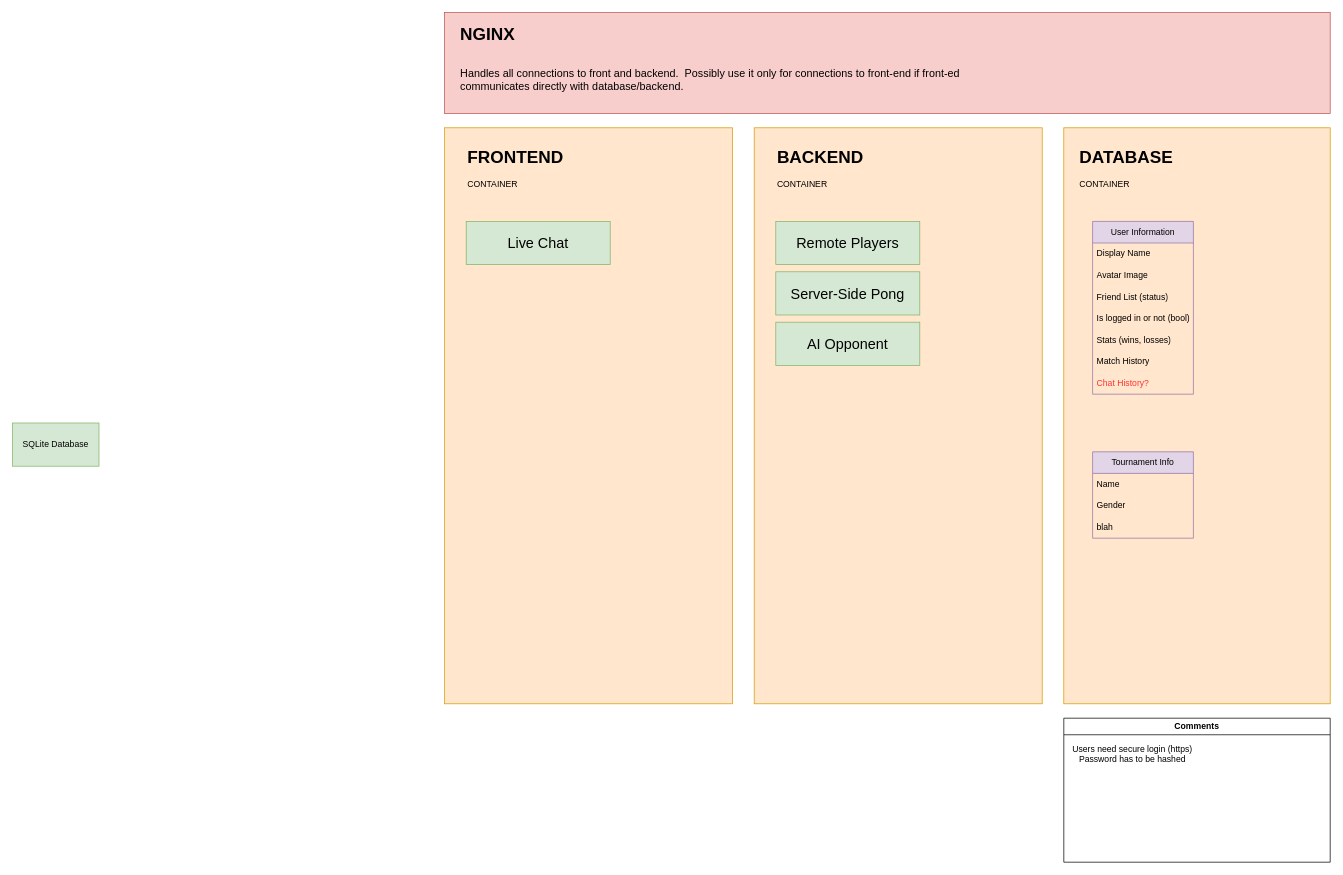
Jarnomer/transcendence keeps this draw.io diagram as transcendence.drawio. Above is the earlier version. Source tidied: cells renumbered, new cells numbered last; positions are measured from the earlier drawing's top-left corner, leaving out a move shared by most shapes. Both pictures are drawn from the tidied source at 72%, with x=0, y=0 at pixel (12, 12).
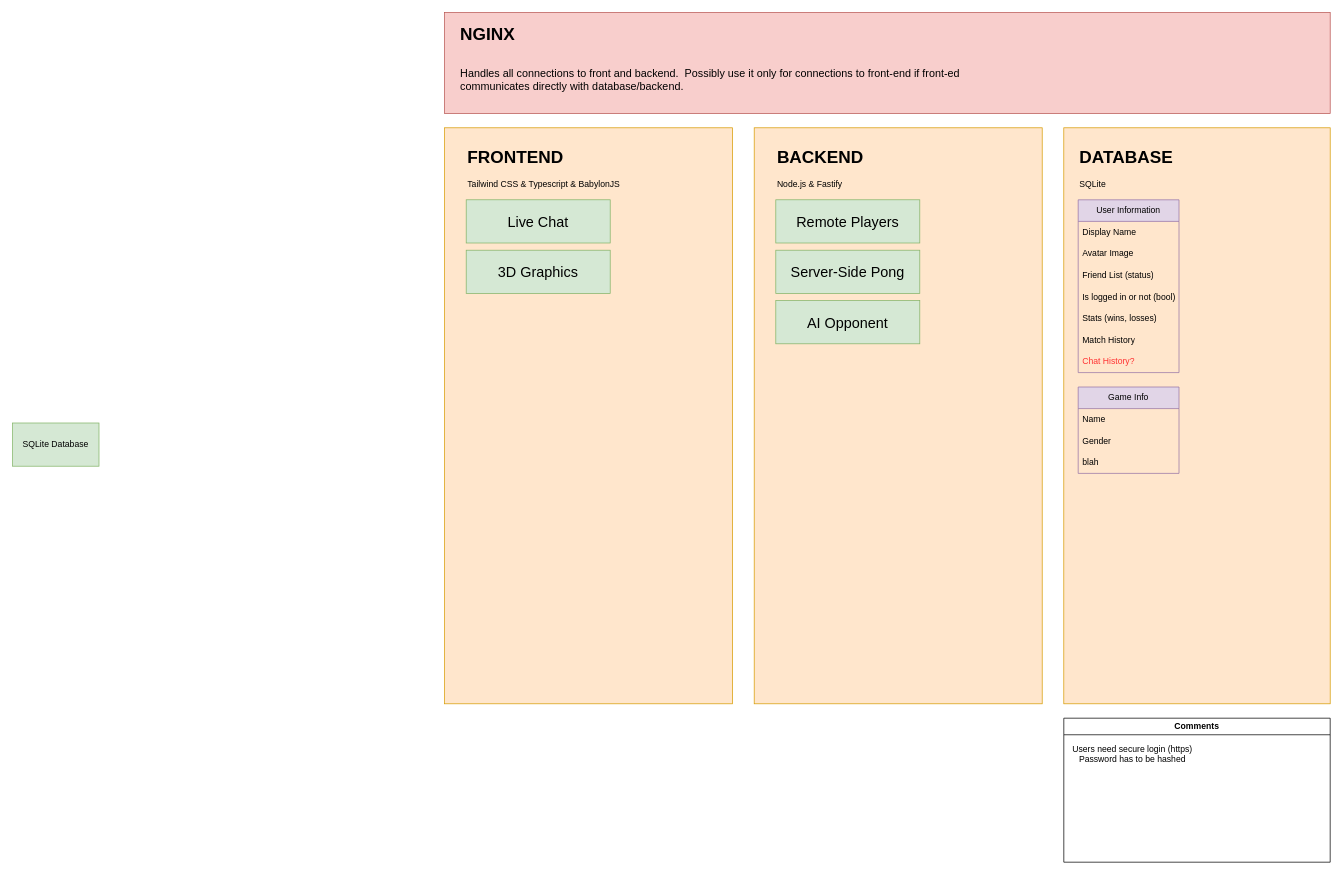
The same page after the edit.

What changed in the source:
```diff
@@
-    <mxCell id="3" value="&lt;h1 style=&quot;margin-top: 0px;&quot;&gt;DATABASE&lt;/h1&gt;&lt;div&gt;CONTAINER&lt;/div&gt;" style="text;html=1;whiteSpace=wrap;overflow=hidden;rounded=0;" parent="1" vertex="1">
+    <mxCell id="3" value="&lt;h1 style=&quot;margin-top: 0px;&quot;&gt;DATABASE&lt;/h1&gt;&lt;div&gt;SQLite&lt;/div&gt;" style="text;html=1;whiteSpace=wrap;overflow=hidden;rounded=0;" parent="1" vertex="1">
       <mxGeometry x="1480" y="180" width="150" height="80" as="geometry" />
     </mxCell>
@@
-    <mxCell id="5" value="&lt;h1 style=&quot;margin-top: 0px;&quot;&gt;FRONTEND&lt;/h1&gt;&lt;div&gt;CONTAINER&lt;/div&gt;" style="text;html=1;whiteSpace=wrap;overflow=hidden;rounded=0;" parent="1" vertex="1">
-      <mxGeometry x="630" y="180" width="150" height="80" as="geometry" />
+    <mxCell id="5" value="&lt;h1 style=&quot;margin-top: 0px;&quot;&gt;FRONTEND&lt;/h1&gt;&lt;div&gt;Tailwind CSS &amp;amp; Typescript &amp;amp; BabylonJS&lt;/div&gt;" style="text;html=1;whiteSpace=wrap;overflow=hidden;rounded=0;" parent="1" vertex="1">
+      <mxGeometry x="630" y="180" width="310" height="80" as="geometry" />
     </mxCell>
@@
-    <mxCell id="7" value="&lt;h1 style=&quot;margin-top: 0px;&quot;&gt;BACKEND&lt;/h1&gt;&lt;div&gt;CONTAINER&lt;/div&gt;" style="text;html=1;whiteSpace=wrap;overflow=hidden;rounded=0;" parent="1" vertex="1">
+    <mxCell id="7" value="&lt;h1 style=&quot;margin-top: 0px;&quot;&gt;BACKEND&lt;/h1&gt;&lt;div&gt;Node.js &amp;amp; Fastify&lt;/div&gt;" style="text;html=1;whiteSpace=wrap;overflow=hidden;rounded=0;" parent="1" vertex="1">
       <mxGeometry x="1060" y="180" width="150" height="80" as="geometry" />
     </mxCell>
@@
     <mxCell id="10" value="&lt;font style=&quot;font-size: 20px;&quot;&gt;Remote Players&lt;/font&gt;" style="rounded=0;whiteSpace=wrap;html=1;fillColor=#d5e8d4;strokeColor=#82b366;" parent="1" vertex="1">
-      <mxGeometry x="1060" y="290" width="200" height="60" as="geometry" />
+      <mxGeometry x="1060" y="260" width="200" height="60" as="geometry" />
     </mxCell>
     <mxCell id="11" value="&lt;font style=&quot;font-size: 20px;&quot;&gt;Server-Side Pong&lt;/font&gt;" style="rounded=0;whiteSpace=wrap;html=1;fillColor=#d5e8d4;strokeColor=#82b366;" parent="1" vertex="1">
-      <mxGeometry x="1060" y="360" width="200" height="60" as="geometry" />
+      <mxGeometry x="1060" y="330" width="200" height="60" as="geometry" />
     </mxCell>
@@
     <mxCell id="13" value="User Information" style="swimlane;fontStyle=0;horizontal=1;startSize=30;whiteSpace=wrap;html=1;fillColor=#e1d5e7;strokeColor=#9673a6;" parent="1" vertex="1">
-      <mxGeometry x="1500" y="290" width="140" height="240" as="geometry" />
+      <mxGeometry x="1480" y="260" width="140" height="240" as="geometry" />
     </mxCell>
@@
     <mxCell id="21" value="&lt;font style=&quot;font-size: 20px;&quot;&gt;AI Opponent&lt;/font&gt;" style="rounded=0;whiteSpace=wrap;html=1;fillColor=#d5e8d4;strokeColor=#82b366;" parent="1" vertex="1">
-      <mxGeometry x="1060" y="430" width="200" height="60" as="geometry" />
+      <mxGeometry x="1060" y="400" width="200" height="60" as="geometry" />
     </mxCell>
-    <mxCell id="22" value="Tournament Info" style="swimlane;fontStyle=0;horizontal=1;startSize=30;whiteSpace=wrap;html=1;fillColor=#e1d5e7;strokeColor=#9673a6;" parent="1" vertex="1">
-      <mxGeometry x="1500" y="610" width="140" height="120" as="geometry" />
+    <mxCell id="22" value="Game Info" style="swimlane;fontStyle=0;horizontal=1;startSize=30;whiteSpace=wrap;html=1;fillColor=#e1d5e7;strokeColor=#9673a6;" parent="1" vertex="1">
+      <mxGeometry x="1480" y="520" width="140" height="120" as="geometry" />
     </mxCell>
@@
     <mxCell id="26" value="&lt;font style=&quot;font-size: 20px;&quot;&gt;Live Chat&lt;/font&gt;" style="rounded=0;whiteSpace=wrap;html=1;fillColor=#d5e8d4;strokeColor=#82b366;" parent="1" vertex="1">
-      <mxGeometry x="630" y="290" width="200" height="60" as="geometry" />
+      <mxGeometry x="630" y="260" width="200" height="60" as="geometry" />
     </mxCell>
@@
+    <mxCell id="29" value="&lt;font style=&quot;font-size: 20px;&quot;&gt;3D Graphics&lt;/font&gt;" style="rounded=0;whiteSpace=wrap;html=1;fillColor=#d5e8d4;strokeColor=#82b366;" parent="1" vertex="1">
+      <mxGeometry x="630" y="330" width="200" height="60" as="geometry" />
+    </mxCell>
```
